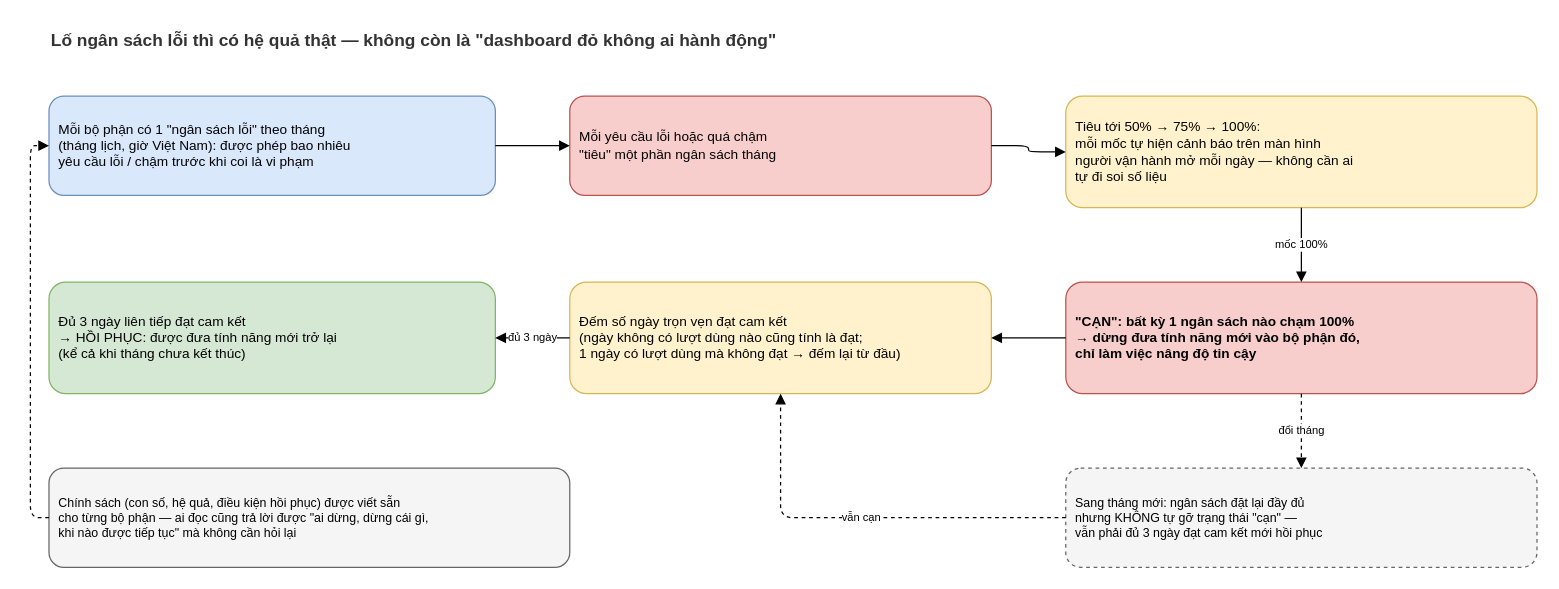
This is docs/diagrams/027-error-budget-alerting-flow-nghiep-vu.drawio from nmhieuit/ecommerce, a draw.io file, before an edit. Source tidied: cells renumbered, new cells numbered last; positions are measured from the earlier drawing's top-left corner, leaving out a move shared by most shapes. Both pictures are drawn from the tidied source at 124%, with x=0, y=0 at pixel (30, 21).
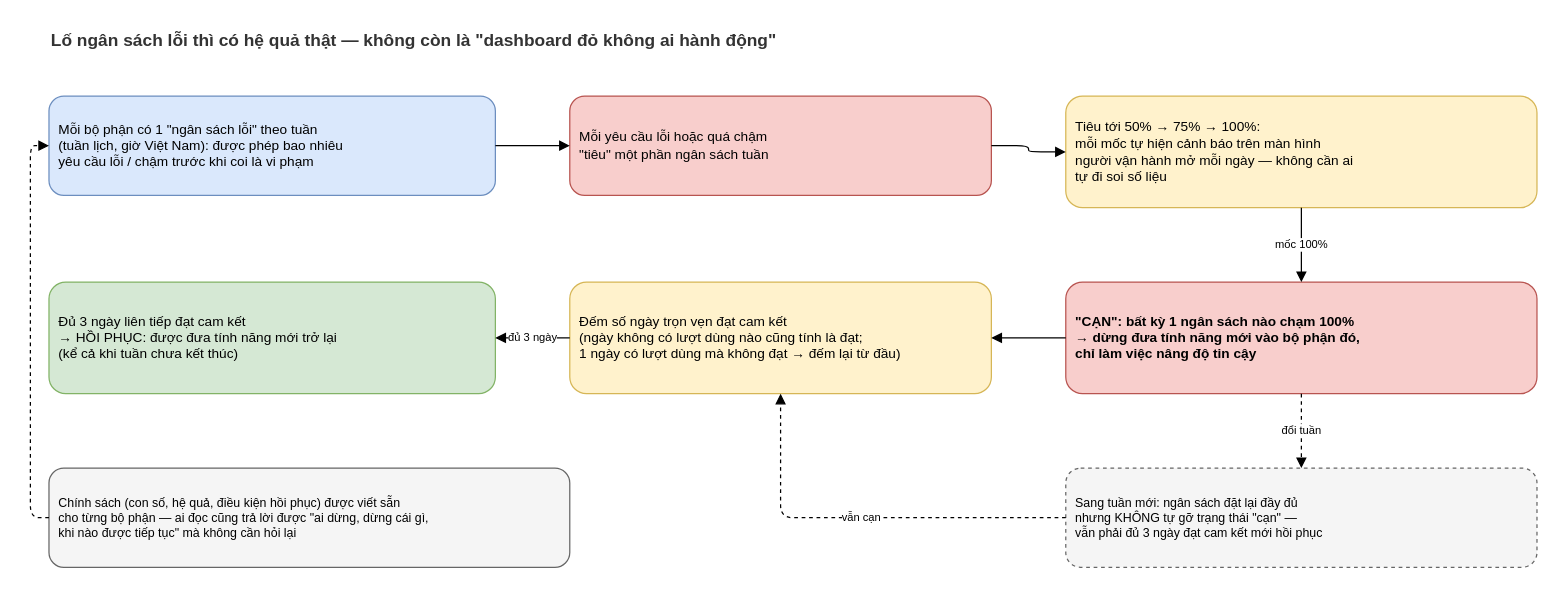
Above is the later version.

Unchanged cells that the change refers to:
```xml
<mxCell id="6" value="&quot;CẠN&quot;: bất kỳ 1 ngân sách nào chạm 100%&#10;→ dừng đưa tính năng mới vào bộ phận đó,&#10;chỉ làm việc nâng độ tin cậy" style="rounded=1;whiteSpace=wrap;html=1;fillColor=#f8cecc;strokeColor=#b85450;fontSize=11;fontStyle=1;align=left;spacingLeft=6;" parent="1" vertex="1">
  <mxGeometry x="835" y="210" width="380" height="90" as="geometry" />
</mxCell>
```

The edit, as a diff of the source:
```diff
@@
-    <mxCell id="3" value="Mỗi bộ phận có 1 &quot;ngân sách lỗi&quot; theo tháng&#10;(tháng lịch, giờ Việt Nam): được phép bao nhiêu&#10;yêu cầu lỗi / chậm trước khi coi là vi phạm" style="rounded=1;whiteSpace=wrap;html=1;fillColor=#dae8fc;strokeColor=#6c8ebf;fontSize=11;align=left;spacingLeft=6;" parent="1" vertex="1">
+    <mxCell id="3" value="Mỗi bộ phận có 1 &quot;ngân sách lỗi&quot; theo tuần&#10;(tuần lịch, giờ Việt Nam): được phép bao nhiêu&#10;yêu cầu lỗi / chậm trước khi coi là vi phạm" style="rounded=1;whiteSpace=wrap;html=1;fillColor=#dae8fc;strokeColor=#6c8ebf;fontSize=11;align=left;spacingLeft=6;" parent="1" vertex="1">
       <mxGeometry x="15" y="60" width="360" height="80" as="geometry" />
     </mxCell>
-    <mxCell id="4" value="Mỗi yêu cầu lỗi hoặc quá chậm&#10;&quot;tiêu&quot; một phần ngân sách tháng" style="rounded=1;whiteSpace=wrap;html=1;fillColor=#f8cecc;strokeColor=#b85450;fontSize=11;align=left;spacingLeft=6;" parent="1" vertex="1">
+    <mxCell id="4" value="Mỗi yêu cầu lỗi hoặc quá chậm&#10;&quot;tiêu&quot; một phần ngân sách tuần" style="rounded=1;whiteSpace=wrap;html=1;fillColor=#f8cecc;strokeColor=#b85450;fontSize=11;align=left;spacingLeft=6;" parent="1" vertex="1">
       <mxGeometry x="435" y="60" width="340" height="80" as="geometry" />
     </mxCell>
@@
-    <mxCell id="8" value="Đủ 3 ngày liên tiếp đạt cam kết&#10;→ HỒI PHỤC: được đưa tính năng mới trở lại&#10;(kể cả khi tháng chưa kết thúc)" style="rounded=1;whiteSpace=wrap;html=1;fillColor=#d5e8d4;strokeColor=#82b366;fontSize=11;align=left;spacingLeft=6;" parent="1" vertex="1">
+    <mxCell id="8" value="Đủ 3 ngày liên tiếp đạt cam kết&#10;→ HỒI PHỤC: được đưa tính năng mới trở lại&#10;(kể cả khi tuần chưa kết thúc)" style="rounded=1;whiteSpace=wrap;html=1;fillColor=#d5e8d4;strokeColor=#82b366;fontSize=11;align=left;spacingLeft=6;" parent="1" vertex="1">
       <mxGeometry x="15" y="210" width="360" height="90" as="geometry" />
     </mxCell>
-    <mxCell id="9" value="Sang tháng mới: ngân sách đặt lại đầy đủ&#10;nhưng KHÔNG tự gỡ trạng thái &quot;cạn&quot; —&#10;vẫn phải đủ 3 ngày đạt cam kết mới hồi phục" style="rounded=1;whiteSpace=wrap;html=1;fillColor=#f5f5f5;strokeColor=#666666;fontSize=10;align=left;spacingLeft=6;dashed=1;" parent="1" vertex="1">
+    <mxCell id="9" value="Sang tuần mới: ngân sách đặt lại đầy đủ&#10;nhưng KHÔNG tự gỡ trạng thái &quot;cạn&quot; —&#10;vẫn phải đủ 3 ngày đạt cam kết mới hồi phục" style="rounded=1;whiteSpace=wrap;html=1;fillColor=#f5f5f5;strokeColor=#666666;fontSize=10;align=left;spacingLeft=6;dashed=1;" parent="1" vertex="1">
       <mxGeometry x="835" y="360" width="380" height="80" as="geometry" />
     </mxCell>
@@
-    <mxCell id="16" value="đổi tháng" style="edgeStyle=orthogonalEdgeStyle;html=1;endArrow=block;dashed=1;fontSize=9;" parent="1" edge="1" source="6" target="9">
+    <mxCell id="16" value="đổi tuần" style="edgeStyle=orthogonalEdgeStyle;html=1;endArrow=block;dashed=1;fontSize=9;" parent="1" edge="1" source="6" target="9">
       <mxGeometry relative="1" as="geometry" />
     </mxCell>
```
